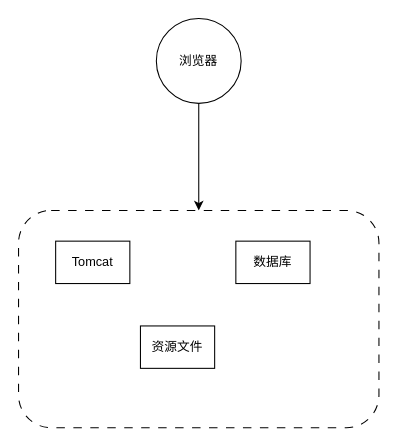
Earlier version of the draw.io diagram 图灵商城.drawio (Oct-mercury/draw-io). Source tidied: cells renumbered, new cells numbered last; positions are measured from the earlier drawing's top-left corner, leaving out a move shared by most shapes. Both pictures are drawn from the tidied source at 106%, with x=0, y=0 at pixel (18, 18).
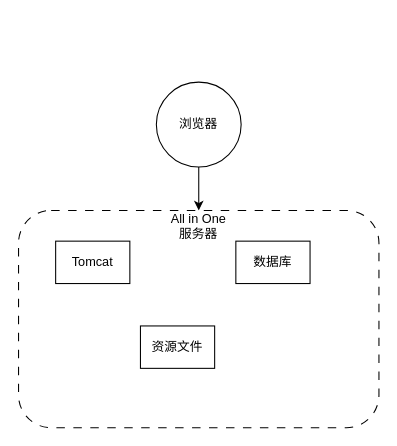
The same page after the edit.

Commit message (it also covers changes not shown here):
更新图灵商城.drawio

The edit, as a diff of the source:
```diff
@@
 <mxGraphModel>
   <root>
     <mxCell id="0" />
     <mxCell id="1" parent="0" />
     <mxCell id="2" style="edgeStyle=orthogonalEdgeStyle;rounded=0;jettySize=auto;html=1;exitX=0.5;exitY=1;exitDx=0;exitDy=0;" parent="1" edge="1" source="3" target="4">
       <mxGeometry relative="1" as="geometry" />
     </mxCell>
     <mxCell id="3" value="浏览器" style="ellipse;whiteSpace=wrap;html=1;" parent="1" vertex="1">
-      <mxGeometry x="130" width="80" height="80" as="geometry" />
+      <mxGeometry x="130" y="60" width="80" height="80" as="geometry" />
     </mxCell>
     <mxCell id="4" style="rounded=1;whiteSpace=wrap;html=1;dashed=1;dashPattern=8 8;" parent="1" vertex="1">
       <mxGeometry y="181" width="340" height="205" as="geometry" />
     </mxCell>
     <mxCell id="5" value="Tomcat" style="rounded=0;whiteSpace=wrap;html=1;" parent="1" vertex="1">
       <mxGeometry x="35" y="210" width="70" height="40" as="geometry" />
     </mxCell>
     <mxCell id="6" value="资源文件" style="rounded=0;whiteSpace=wrap;html=1;" parent="1" vertex="1">
       <mxGeometry x="115" y="290" width="70" height="40" as="geometry" />
     </mxCell>
     <mxCell id="7" value="数据库" style="rounded=0;whiteSpace=wrap;html=1;" parent="1" vertex="1">
       <mxGeometry x="205" y="210" width="70" height="40" as="geometry" />
     </mxCell>
+    <mxCell id="8" value="All in One 服务器" style="text;html=1;align=center;verticalAlign=middle;whiteSpace=wrap;rounded=0;" parent="1" vertex="1">
+      <mxGeometry x="140" y="181" width="60" height="30" as="geometry" />
+    </mxCell>
   </root>
 </mxGraphModel>
```
